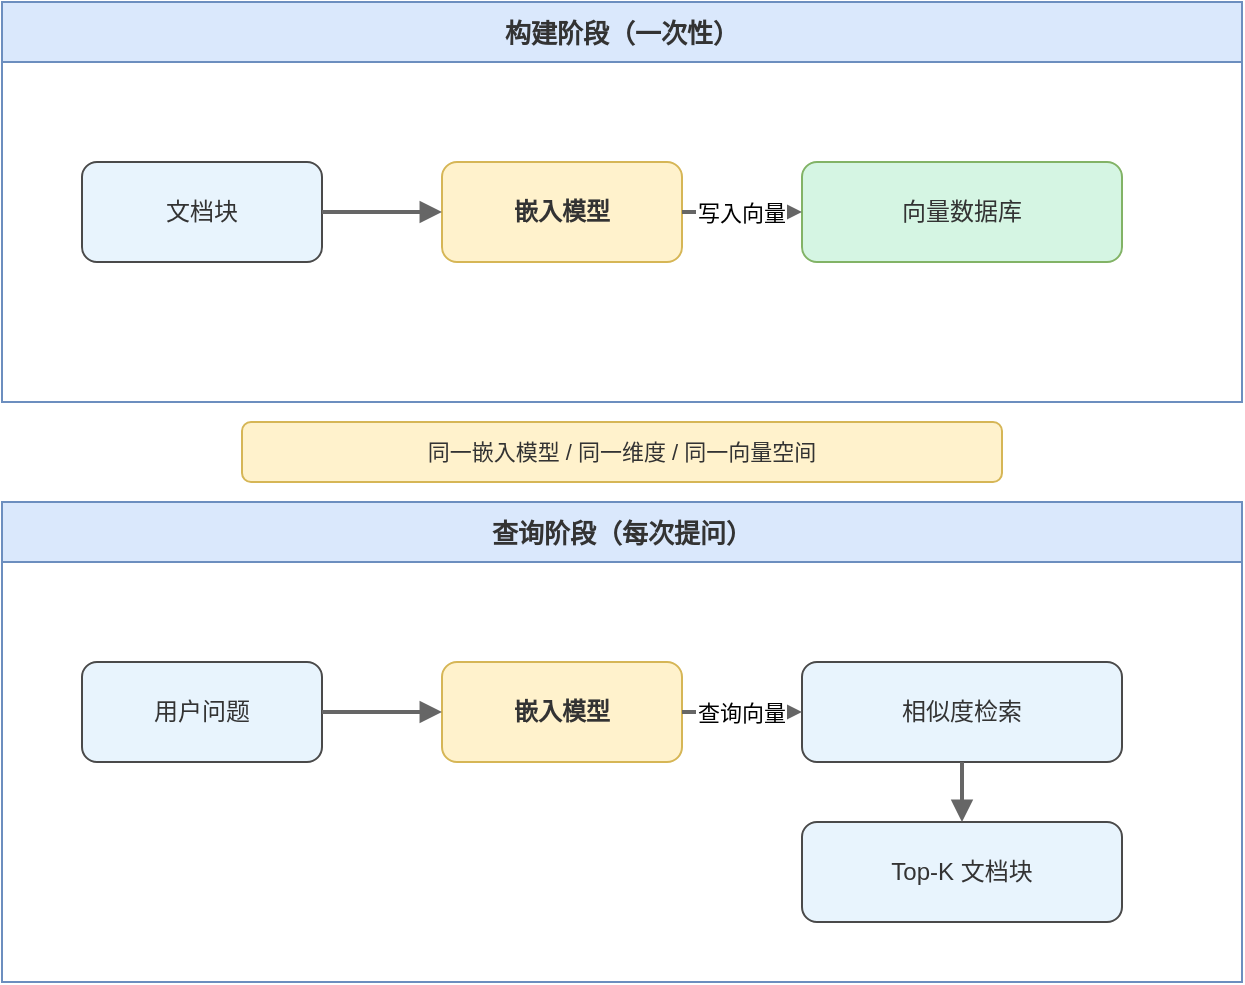
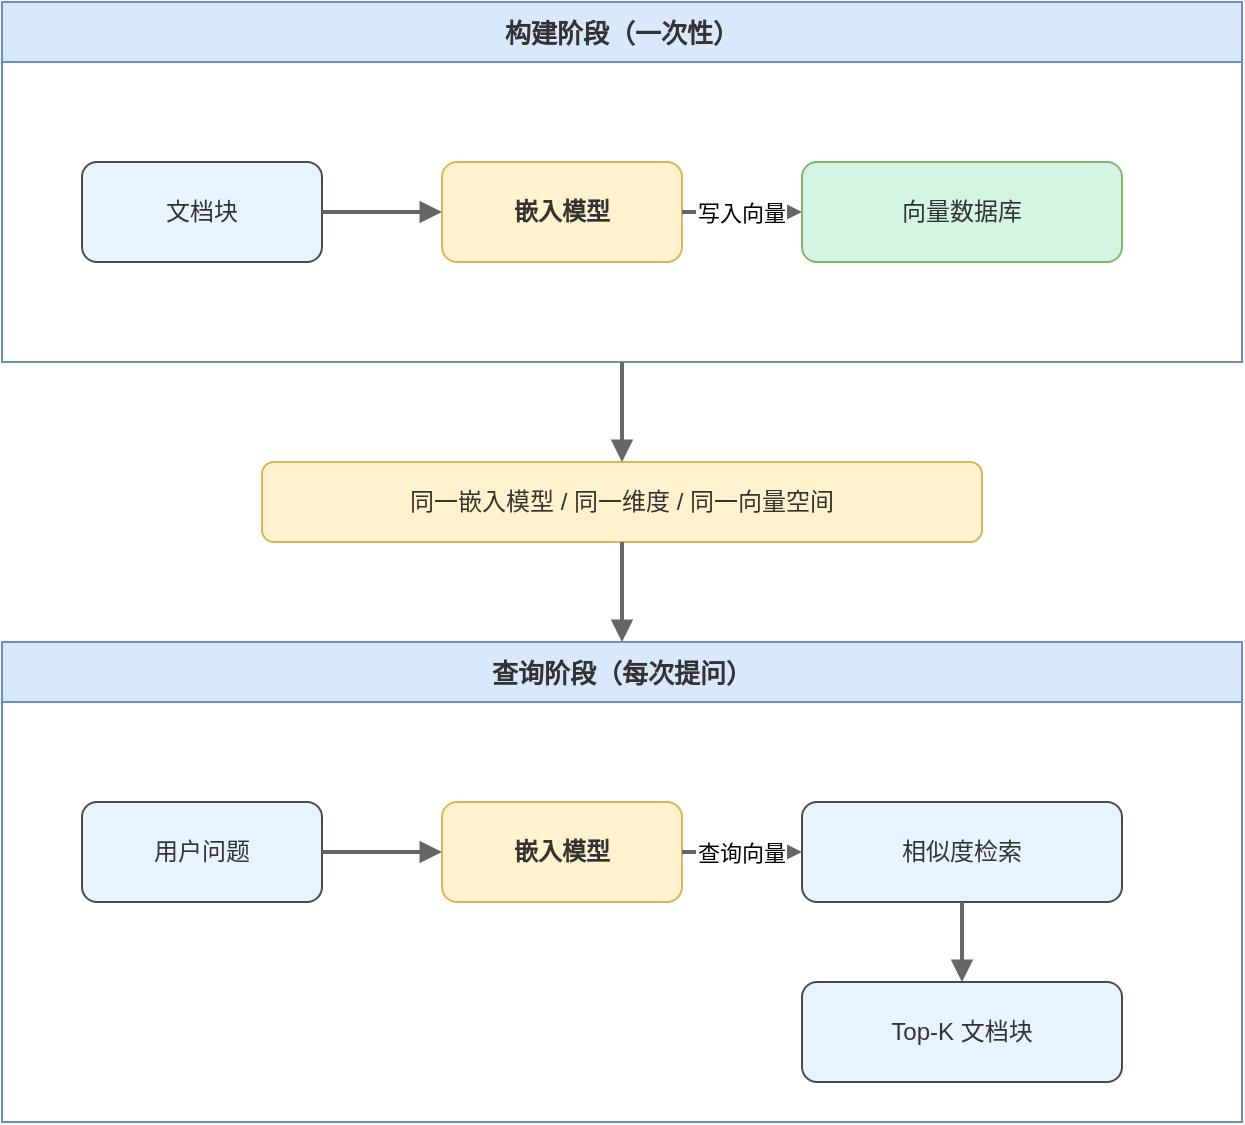
<?xml version="1.0" encoding="UTF-8"?>
- <mxGraphModel pageWidth="700" pageHeight="560" grid="1" gridSize="10">
+ <mxGraphModel pageWidth="700" pageHeight="620" grid="1" gridSize="10">
  <root>
    <mxCell id="0"/>
    <mxCell id="1" parent="0"/>
    <mxCell id="t_build" value="构建阶段（一次性）" style="swimlane;startSize=30;fillColor=#dae8fc;strokeColor=#6c8ebf;fontColor=#333333;fontSize=13;fontStyle=1;" vertex="1" parent="1">
-       <mxGeometry x="40" y="30" width="620" height="200" as="geometry"/>
+       <mxGeometry x="40" y="30" width="620" height="180" as="geometry"/>
    </mxCell>
    <mxCell id="b1" value="文档块" style="rounded=1;whiteSpace=wrap;fillColor=#E8F4FD;strokeColor=#4A4A4A;fontColor=#333333;fontSize=12;" vertex="1" parent="t_build">
      <mxGeometry x="40" y="80" width="120" height="50" as="geometry"/>
    </mxCell>
    <mxCell id="b2" value="嵌入模型" style="rounded=1;whiteSpace=wrap;fillColor=#FFF2CC;strokeColor=#D6B656;fontColor=#333333;fontSize=12;fontStyle=1;" vertex="1" parent="t_build">
      <mxGeometry x="220" y="80" width="120" height="50" as="geometry"/>
    </mxCell>
    <mxCell id="b3" value="向量数据库" style="rounded=1;whiteSpace=wrap;fillColor=#D5F5E3;strokeColor=#82b366;fontColor=#333333;fontSize=12;" vertex="1" parent="t_build">
      <mxGeometry x="400" y="80" width="160" height="50" as="geometry"/>
    </mxCell>
+     <mxCell id="note" value="同一嵌入模型 / 同一维度 / 同一向量空间" style="rounded=1;whiteSpace=wrap;fillColor=#FFF2CC;strokeColor=#D6B656;fontColor=#333333;fontSize=12;" vertex="1" parent="1">
+       <mxGeometry x="170" y="260" width="360" height="40" as="geometry"/>
+     </mxCell>
    <mxCell id="t_query" value="查询阶段（每次提问）" style="swimlane;startSize=30;fillColor=#dae8fc;strokeColor=#6c8ebf;fontColor=#333333;fontSize=13;fontStyle=1;" vertex="1" parent="1">
-       <mxGeometry x="40" y="280" width="620" height="240" as="geometry"/>
+       <mxGeometry x="40" y="350" width="620" height="240" as="geometry"/>
    </mxCell>
    <mxCell id="q1" value="用户问题" style="rounded=1;whiteSpace=wrap;fillColor=#E8F4FD;strokeColor=#4A4A4A;fontColor=#333333;fontSize=12;" vertex="1" parent="t_query">
      <mxGeometry x="40" y="80" width="120" height="50" as="geometry"/>
    </mxCell>
    <mxCell id="q2" value="嵌入模型" style="rounded=1;whiteSpace=wrap;fillColor=#FFF2CC;strokeColor=#D6B656;fontColor=#333333;fontSize=12;fontStyle=1;" vertex="1" parent="t_query">
      <mxGeometry x="220" y="80" width="120" height="50" as="geometry"/>
    </mxCell>
    <mxCell id="q3" value="相似度检索" style="rounded=1;whiteSpace=wrap;fillColor=#E8F4FD;strokeColor=#4A4A4A;fontColor=#333333;fontSize=12;" vertex="1" parent="t_query">
      <mxGeometry x="400" y="80" width="160" height="50" as="geometry"/>
    </mxCell>
    <mxCell id="q4" value="Top-K 文档块" style="rounded=1;whiteSpace=wrap;fillColor=#E8F4FD;strokeColor=#4A4A4A;fontColor=#333333;fontSize=12;" vertex="1" parent="t_query">
-       <mxGeometry x="400" y="160" width="160" height="50" as="geometry"/>
-     </mxCell>
-     <mxCell id="note" value="同一嵌入模型 / 同一维度 / 同一向量空间" style="rounded=1;whiteSpace=wrap;fillColor=#FFF2CC;strokeColor=#D6B656;fontColor=#333333;fontSize=11;" vertex="1" parent="1">
-       <mxGeometry x="160" y="240" width="380" height="30" as="geometry"/>
+       <mxGeometry x="400" y="170" width="160" height="50" as="geometry"/>
    </mxCell>
    <mxCell id="e1" value="" style="edgeStyle=orthogonalEdgeStyle;rounded=0;endArrow=block;endFill=1;strokeWidth=2;strokeColor=#666666;exitX=1;exitY=0.5;entryX=0;entryY=0.5;" edge="1" parent="t_build" source="b1" target="b2">
      <mxGeometry relative="1" as="geometry"/>
    </mxCell>
    <mxCell id="e2" value="写入向量" style="edgeStyle=orthogonalEdgeStyle;rounded=0;endArrow=block;endFill=1;strokeWidth=2;strokeColor=#666666;fontSize=11;exitX=1;exitY=0.5;entryX=0;entryY=0.5;" edge="1" parent="t_build" source="b2" target="b3">
+       <mxGeometry relative="1" as="geometry"/>
+     </mxCell>
+     <mxCell id="e_link" value="" style="edgeStyle=orthogonalEdgeStyle;rounded=0;endArrow=block;endFill=1;strokeWidth=2;strokeColor=#666666;exitX=0.5;exitY=1;entryX=0.5;entryY=0;" edge="1" parent="1" source="t_build" target="note">
+       <mxGeometry relative="1" as="geometry"/>
+     </mxCell>
+     <mxCell id="e_link2" value="" style="edgeStyle=orthogonalEdgeStyle;rounded=0;endArrow=block;endFill=1;strokeWidth=2;strokeColor=#666666;exitX=0.5;exitY=1;entryX=0.5;entryY=0;" edge="1" parent="1" source="note" target="t_query">
      <mxGeometry relative="1" as="geometry"/>
    </mxCell>
    <mxCell id="e3" value="" style="edgeStyle=orthogonalEdgeStyle;rounded=0;endArrow=block;endFill=1;strokeWidth=2;strokeColor=#666666;exitX=1;exitY=0.5;entryX=0;entryY=0.5;" edge="1" parent="t_query" source="q1" target="q2">
      <mxGeometry relative="1" as="geometry"/>
    </mxCell>
    <mxCell id="e4" value="查询向量" style="edgeStyle=orthogonalEdgeStyle;rounded=0;endArrow=block;endFill=1;strokeWidth=2;strokeColor=#666666;fontSize=11;exitX=1;exitY=0.5;entryX=0;entryY=0.5;" edge="1" parent="t_query" source="q2" target="q3">
      <mxGeometry relative="1" as="geometry"/>
    </mxCell>
    <mxCell id="e5" value="" style="edgeStyle=orthogonalEdgeStyle;rounded=0;endArrow=block;endFill=1;strokeWidth=2;strokeColor=#666666;exitX=0.5;exitY=1;entryX=0.5;entryY=0;" edge="1" parent="t_query" source="q3" target="q4">
      <mxGeometry relative="1" as="geometry"/>
    </mxCell>
  </root>
</mxGraphModel>
